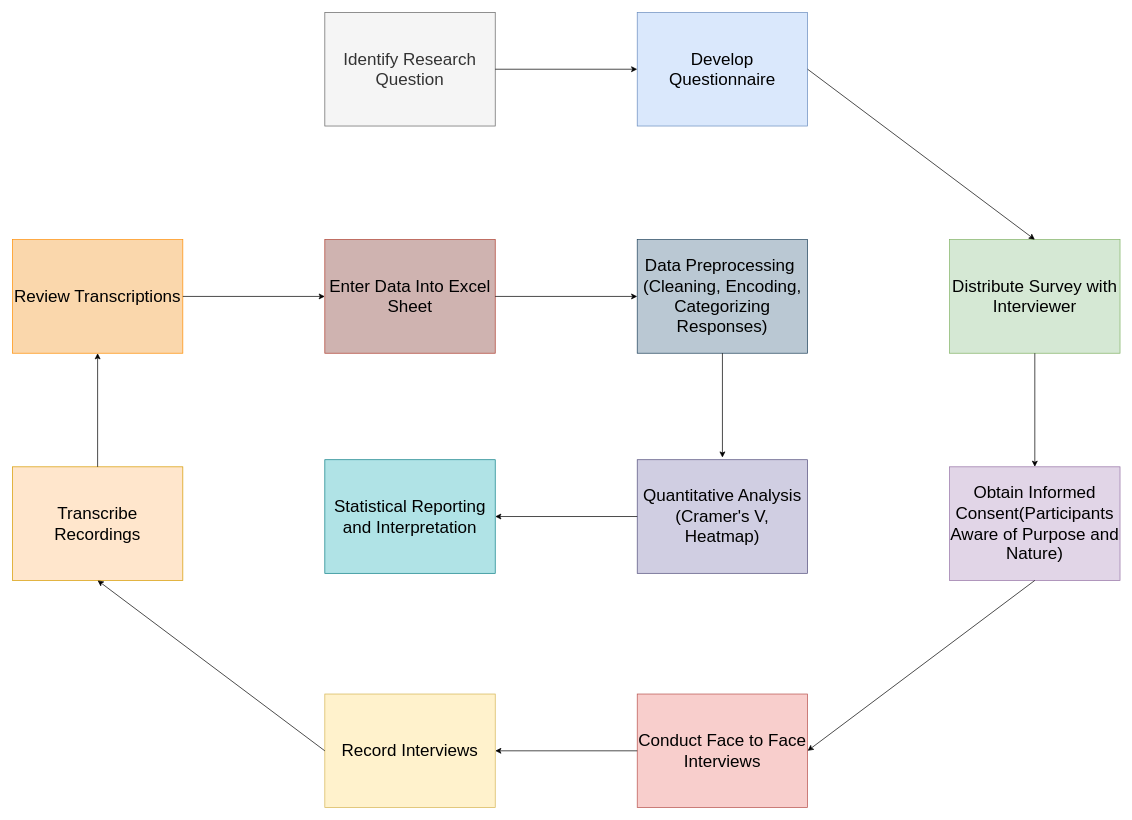
This is page "Page-2" (2 of 4) of Untitled Diagram.drawio from bijoy111/draw, a draw.io file, before an edit. Source tidied: cells renumbered, new cells numbered last; positions are measured from the earlier drawing's top-left corner, leaving out a move shared by most shapes. Both pictures are drawn from the tidied source at 71%, with x=0, y=0 at pixel (12, 12).
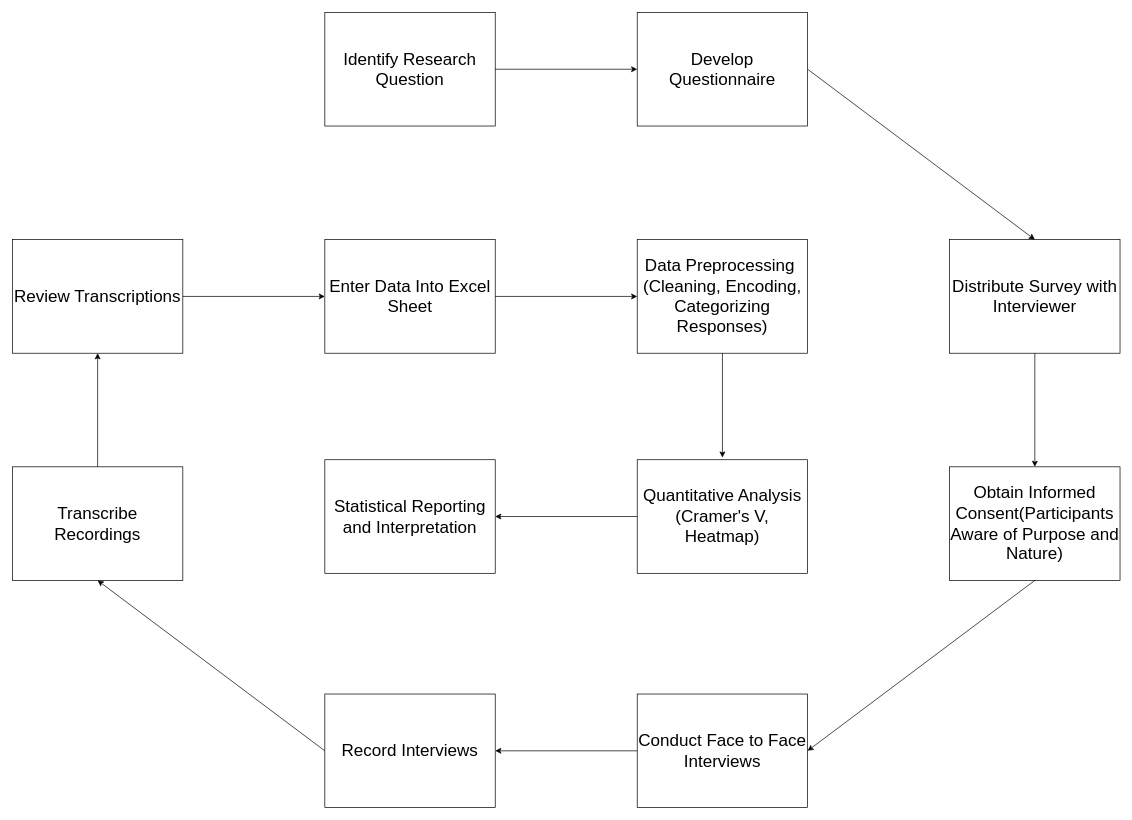
The same page after the edit.

What changed in the source:
```diff
@@
-    <mxCell id="2" value="&lt;font style=&quot;font-size: 24px;&quot;&gt;Identify Research Question&lt;/font&gt;" style="rounded=0;whiteSpace=wrap;html=1;fillColor=#f5f5f5;fontColor=#333333;strokeColor=#666666;" parent="1" vertex="1">
+    <mxCell id="2" value="&lt;font style=&quot;font-size: 24px;&quot;&gt;Identify Research Question&lt;/font&gt;" style="rounded=0;whiteSpace=wrap;html=1;" parent="1" vertex="1">
       <mxGeometry x="440" width="240" height="160" as="geometry" />
     </mxCell>
-    <mxCell id="3" value="&lt;font style=&quot;font-size: 24px;&quot;&gt;Develop Questionnaire&lt;/font&gt;" style="rounded=0;whiteSpace=wrap;html=1;fillColor=#dae8fc;strokeColor=#6c8ebf;" parent="1" vertex="1">
+    <mxCell id="3" value="&lt;font style=&quot;font-size: 24px;&quot;&gt;Develop Questionnaire&lt;/font&gt;" style="rounded=0;whiteSpace=wrap;html=1;" parent="1" vertex="1">
       <mxGeometry x="880" width="240" height="160" as="geometry" />
     </mxCell>
-    <mxCell id="4" value="&lt;font style=&quot;font-size: 24px;&quot;&gt;Distribute Survey with Interviewer&lt;/font&gt;" style="rounded=0;whiteSpace=wrap;html=1;fillColor=#d5e8d4;strokeColor=#82b366;" parent="1" vertex="1">
+    <mxCell id="4" value="&lt;font style=&quot;font-size: 24px;&quot;&gt;Distribute Survey with Interviewer&lt;/font&gt;" style="rounded=0;whiteSpace=wrap;html=1;" parent="1" vertex="1">
       <mxGeometry x="1320" y="320" width="240" height="160" as="geometry" />
     </mxCell>
-    <mxCell id="5" value="&lt;span style=&quot;font-size: 24px;&quot;&gt;Obtain Informed Consent(Participants Aware of Purpose and Nature)&lt;/span&gt;" style="rounded=0;whiteSpace=wrap;html=1;fillColor=#e1d5e7;strokeColor=#9673a6;" parent="1" vertex="1">
+    <mxCell id="5" value="&lt;span style=&quot;font-size: 24px;&quot;&gt;Obtain Informed Consent(Participants Aware of Purpose and Nature)&lt;/span&gt;" style="rounded=0;whiteSpace=wrap;html=1;" parent="1" vertex="1">
       <mxGeometry x="1320" y="640" width="240" height="160" as="geometry" />
     </mxCell>
-    <mxCell id="6" value="&lt;span style=&quot;font-size: 24px;&quot;&gt;Conduct Face to Face Interviews&lt;/span&gt;" style="rounded=0;whiteSpace=wrap;html=1;fillColor=#f8cecc;strokeColor=#b85450;" parent="1" vertex="1">
+    <mxCell id="6" value="&lt;span style=&quot;font-size: 24px;&quot;&gt;Conduct Face to Face Interviews&lt;/span&gt;" style="rounded=0;whiteSpace=wrap;html=1;" parent="1" vertex="1">
       <mxGeometry x="880" y="960" width="240" height="160" as="geometry" />
     </mxCell>
-    <mxCell id="7" value="&lt;span style=&quot;font-size: 24px;&quot;&gt;Record Interviews&lt;/span&gt;" style="rounded=0;whiteSpace=wrap;html=1;fillColor=#fff2cc;strokeColor=#d6b656;" parent="1" vertex="1">
+    <mxCell id="7" value="&lt;span style=&quot;font-size: 24px;&quot;&gt;Record Interviews&lt;/span&gt;" style="rounded=0;whiteSpace=wrap;html=1;" parent="1" vertex="1">
       <mxGeometry x="440" y="960" width="240" height="160" as="geometry" />
     </mxCell>
-    <mxCell id="8" value="&lt;span style=&quot;font-size: 24px;&quot;&gt;Transcribe Recordings&lt;/span&gt;" style="rounded=0;whiteSpace=wrap;html=1;fillColor=#ffe6cc;strokeColor=#d79b00;" parent="1" vertex="1">
+    <mxCell id="8" value="&lt;span style=&quot;font-size: 24px;&quot;&gt;Transcribe Recordings&lt;/span&gt;" style="rounded=0;whiteSpace=wrap;html=1;" parent="1" vertex="1">
       <mxGeometry y="640" width="240" height="160" as="geometry" />
     </mxCell>
-    <mxCell id="9" value="&lt;span style=&quot;font-size: 24px;&quot;&gt;Review Transcriptions&lt;/span&gt;" style="rounded=0;whiteSpace=wrap;html=1;fillColor=#fad7ac;strokeColor=#FF8F06;" parent="1" vertex="1">
+    <mxCell id="9" value="&lt;span style=&quot;font-size: 24px;&quot;&gt;Review Transcriptions&lt;/span&gt;" style="rounded=0;whiteSpace=wrap;html=1;" parent="1" vertex="1">
       <mxGeometry y="320" width="240" height="160" as="geometry" />
     </mxCell>
-    <mxCell id="10" value="&lt;span style=&quot;font-size: 24px;&quot;&gt;Enter Data Into Excel Sheet&lt;/span&gt;" style="rounded=0;whiteSpace=wrap;html=1;fillColor=#CFB3B0;strokeColor=#ae4132;" parent="1" vertex="1">
+    <mxCell id="10" value="&lt;span style=&quot;font-size: 24px;&quot;&gt;Enter Data Into Excel Sheet&lt;/span&gt;" style="rounded=0;whiteSpace=wrap;html=1;" parent="1" vertex="1">
       <mxGeometry x="440" y="320" width="240" height="160" as="geometry" />
     </mxCell>
-    <mxCell id="11" value="&lt;span style=&quot;font-size: 24px;&quot;&gt;Data Preprocessing&amp;nbsp; (Cleaning, Encoding, Categorizing Responses)&lt;/span&gt;" style="rounded=0;whiteSpace=wrap;html=1;fillColor=#bac8d3;strokeColor=#23445d;" parent="1" vertex="1">
+    <mxCell id="11" value="&lt;span style=&quot;font-size: 24px;&quot;&gt;Data Preprocessing&amp;nbsp; (Cleaning, Encoding, Categorizing Responses)&lt;/span&gt;" style="rounded=0;whiteSpace=wrap;html=1;" parent="1" vertex="1">
       <mxGeometry x="880" y="320" width="240" height="160" as="geometry" />
     </mxCell>
-    <mxCell id="12" value="&lt;span style=&quot;font-size: 24px;&quot;&gt;Quantitative Analysis (Cramer's V, Heatmap)&lt;/span&gt;" style="rounded=0;whiteSpace=wrap;html=1;fillColor=#d0cee2;strokeColor=#56517e;" parent="1" vertex="1">
+    <mxCell id="12" value="&lt;span style=&quot;font-size: 24px;&quot;&gt;Quantitative Analysis (Cramer's V, Heatmap)&lt;/span&gt;" style="rounded=0;whiteSpace=wrap;html=1;" parent="1" vertex="1">
       <mxGeometry x="880" y="630" width="240" height="160" as="geometry" />
     </mxCell>
-    <mxCell id="13" value="&lt;font style=&quot;font-size: 24px;&quot;&gt;Statistical Reporting and Interpretation&lt;/font&gt;" style="rounded=0;whiteSpace=wrap;html=1;fillColor=#b0e3e6;strokeColor=#0e8088;" parent="1" vertex="1">
+    <mxCell id="13" value="&lt;font style=&quot;font-size: 24px;&quot;&gt;Statistical Reporting and Interpretation&lt;/font&gt;" style="rounded=0;whiteSpace=wrap;html=1;" parent="1" vertex="1">
       <mxGeometry x="440" y="630" width="240" height="160" as="geometry" />
     </mxCell>
```
